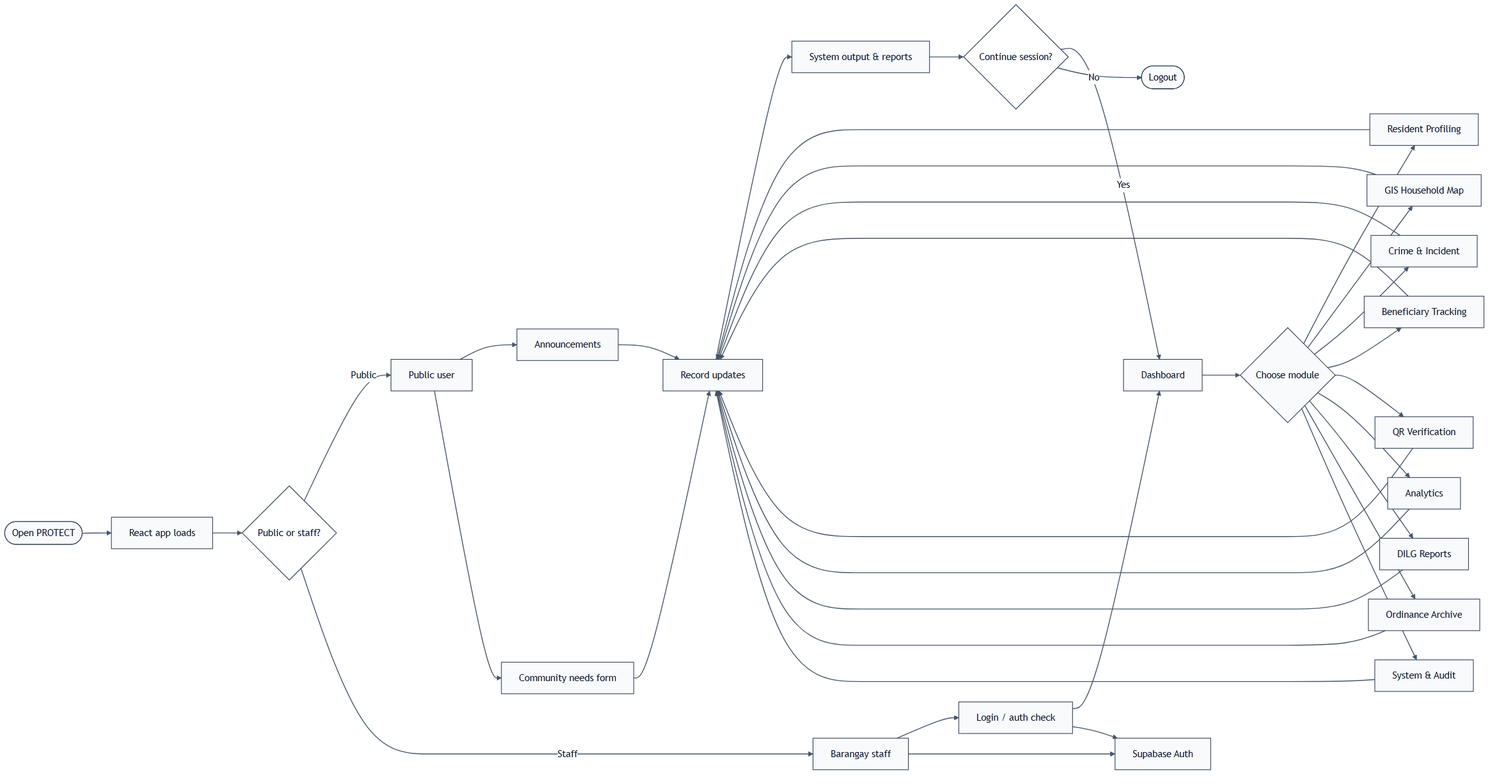
KellyEspera/protect keeps this Mermaid diagram as diagrams/system_flow.png. Above is the earlier version. Its source is kept beside it as diagrams/system_flow.mmd.
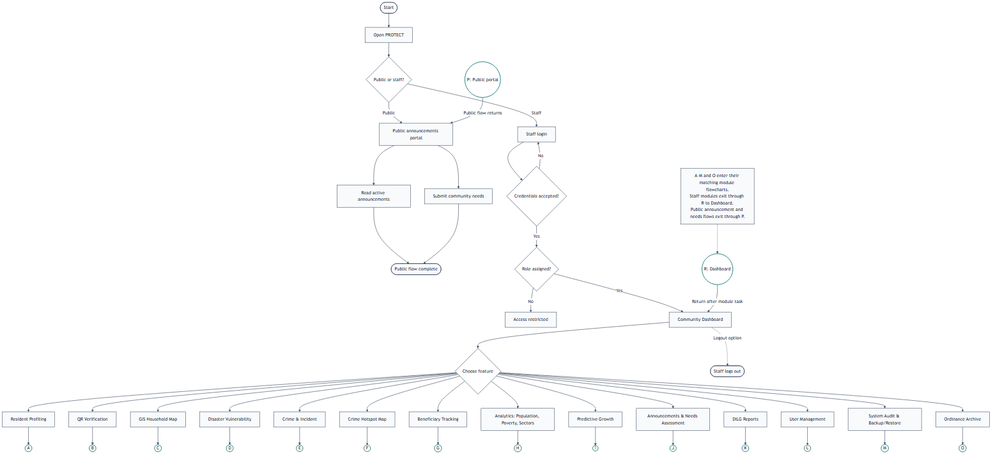
Later version of the same file.

What changed in the source:
```diff
@@ -1,49 +1,49 @@
 %%{init: {'theme':'base','themeVariables': {'primaryColor':'#f8fafc','primaryTextColor':'#0f172a','primaryBorderColor':'#475569','lineColor':'#475569','secondaryColor':'#ffffff','tertiaryColor':'#ffffff'}} }%%
-flowchart LR
-    Start([Open PROTECT]) --> App[React app loads]
-    App --> Access{Public or staff?}
+flowchart TB
+    Start([Start]) --> Open[Open PROTECT]
+    Open --> Access{Public or staff?}
 
-    Access -->|Public| Public[Public user]
-    Public --> Announcements[Announcements]
-    Public --> Needs[Community needs form]
+    Access -->|Public| PublicPortal[Public announcements portal]
+    PublicPortal --> ReadNotices[Read active announcements]
+    PublicPortal --> SubmitNeeds[Submit community needs]
+    ReadNotices --> PublicDone([Public flow complete])
+    SubmitNeeds --> PublicDone
 
-    Access -->|Staff| Staff[Barangay staff]
-    Staff --> Login[Login / auth check]
-    Login --> Dashboard[Dashboard]
-    Dashboard --> Module{Choose module}
+    Access -->|Staff| Login[Staff login]
+    Login --> Auth{Credentials accepted?}
+    Auth -->|No| Login
+    Auth -->|Yes| Role{Role assigned?}
+    Role -->|No| Restricted[Access restricted]
+    Role -->|Yes| Dashboard[Community Dashboard]
+    Dashboard --> Choose{Choose feature}
 
-    Module --> Residents[Resident Profiling]
-    Module --> GIS[GIS Household Map]
-    Module --> Incident[Crime & Incident]
-    Module --> Benefits[Beneficiary Tracking]
-    Module --> QR[QR Verification]
-    Module --> Analytics[Analytics]
-    Module --> Reports[DILG Reports]
-    Module --> Ordinance[Ordinance Archive]
-    Module --> Audit[System & Audit]
+    Choose --> Resident[Resident Profiling] --> A((A))
+    Choose --> QR[QR Verification] --> B((B))
+    Choose --> GIS[GIS Household Map] --> C((C))
+    Choose --> Disaster[Disaster Vulnerability] --> D((D))
+    Choose --> Crime[Crime & Incident] --> E((E))
+    Choose --> Hotspot[Crime Hotspot Map] --> F((F))
+    Choose --> Beneficiary[Beneficiary Tracking] --> G((G))
+    Choose --> Analytics[Analytics: Population, Poverty, Sectors] --> H((H))
+    Choose --> Predictive[Predictive Growth] --> I((I))
+    Choose --> AnnNeeds[Announcements & Needs Assessment] --> J((J))
+    Choose --> Reports[DILG Reports] --> K((K))
+    Choose --> Users[User Management] --> L((L))
+    Choose --> Audit[System Audit & Backup/Restore] --> M((M))
+    Choose --> Ordinance[Ordinance Archive] --> O((O))
 
-    Staff --> Auth[Supabase Auth]
-    Login --> Auth
+    R((R: Dashboard)) -->|Return after module task| Dashboard
+    P((P: Public portal)) -->|Public flow returns| PublicPortal
+    ConnectorGuide[ A–M and O enter their matching module flowcharts.<br/>Staff modules exit through R to Dashboard.<br/>Public announcement and needs flows exit through P. ]
+    ConnectorGuide -.-> R
 
-    Residents --> Records[Record updates]
-    GIS --> Records
-    Incident --> Records
-    Benefits --> Records
-    QR --> Records
-    Analytics --> Records
-    Reports --> Records
-    Ordinance --> Records
-    Audit --> Records
-    Announcements --> Records
-    Needs --> Records
-
-    Records --> Output[System output & reports]
-    Output --> Continue{Continue session?}
-    Continue -->|Yes| Dashboard
-    Continue -->|No| Logout([Logout])
+    Logout([Staff logs out])
+    Dashboard -. Logout option .-> Logout
 
     classDef decision fill:#ffffff,stroke:#475569,stroke-width:1.5px,color:#0f172a;
     classDef node fill:#f8fafc,stroke:#334155,stroke-width:1.2px,color:#0f172a;
-    class Start,App,Public,Staff,Login,Dashboard,Module,Announcements,Needs,Residents,GIS,Incident,Benefits,QR,Analytics,Reports,Ordinance,Audit,Auth,Records,Output,Logout node;
-    class Access,Continue decision;
+    class Start,Open,PublicPortal,ReadNotices,SubmitNeeds,PublicDone,Login,Restricted,Dashboard,Resident,QR,GIS,Disaster,Crime,Hotspot,Beneficiary,Analytics,Predictive,AnnNeeds,Reports,Users,Audit,Ordinance,ConnectorGuide,Logout node;
+    class Access,Auth,Role,Choose decision;
+    classDef connector fill:#ffffff,stroke:#0f766e,stroke-width:2px,color:#0f172a;
+    class A,B,C,D,E,F,G,H,I,J,K,L,M,O,P,R connector;
     linkStyle default stroke:#475569,stroke-width:1.5px;
```
